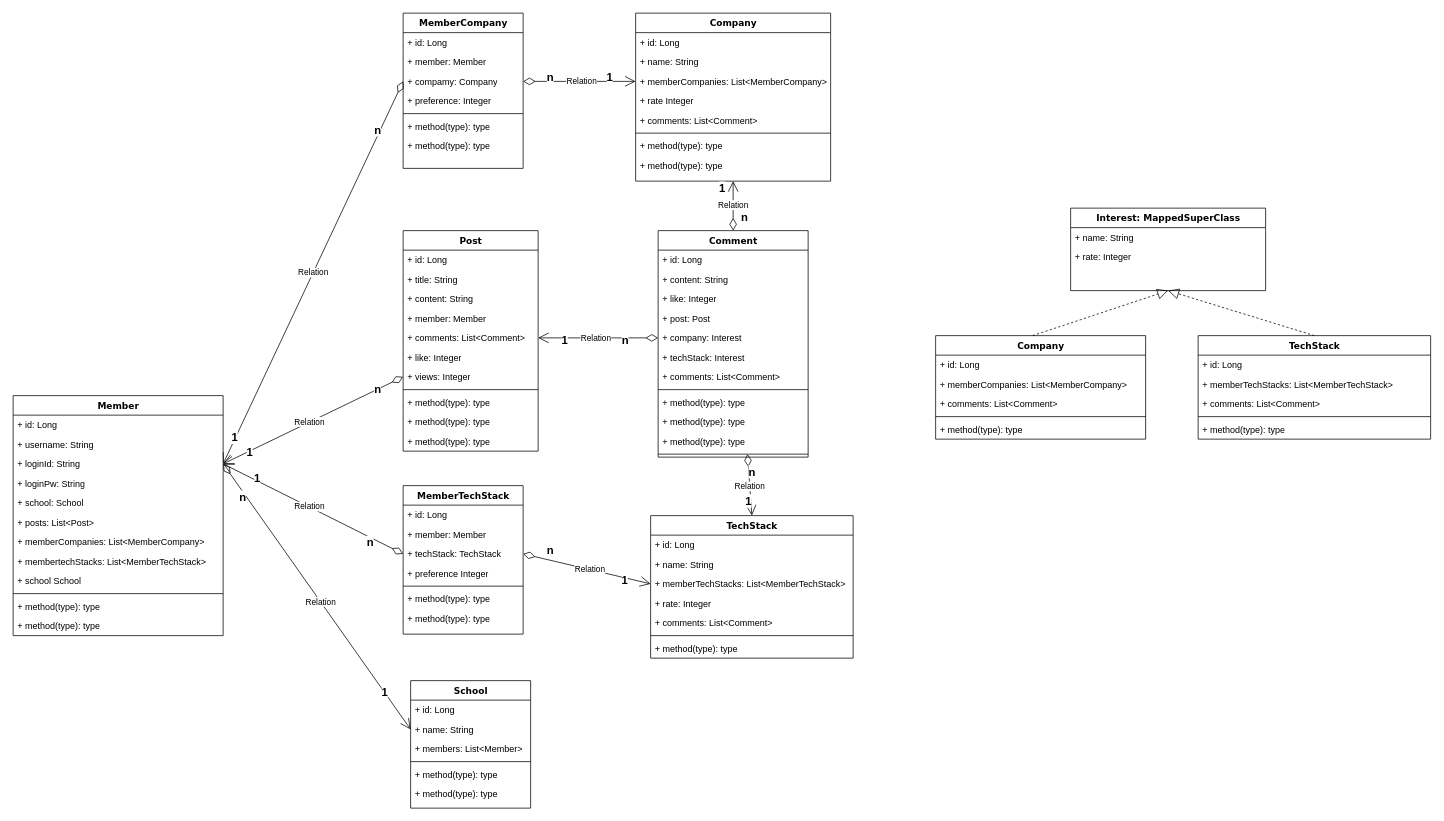
Above: src/main/resources/static/클래스 다이어그램.drawio in ChungComi/Server (draw.io), before the change. Source tidied: cells renumbered, new cells numbered last; positions are measured from the earlier drawing's top-left corner, leaving out a move shared by most shapes. Both pictures are drawn from the tidied source at 75%, with x=0, y=0 at pixel (13, 13).
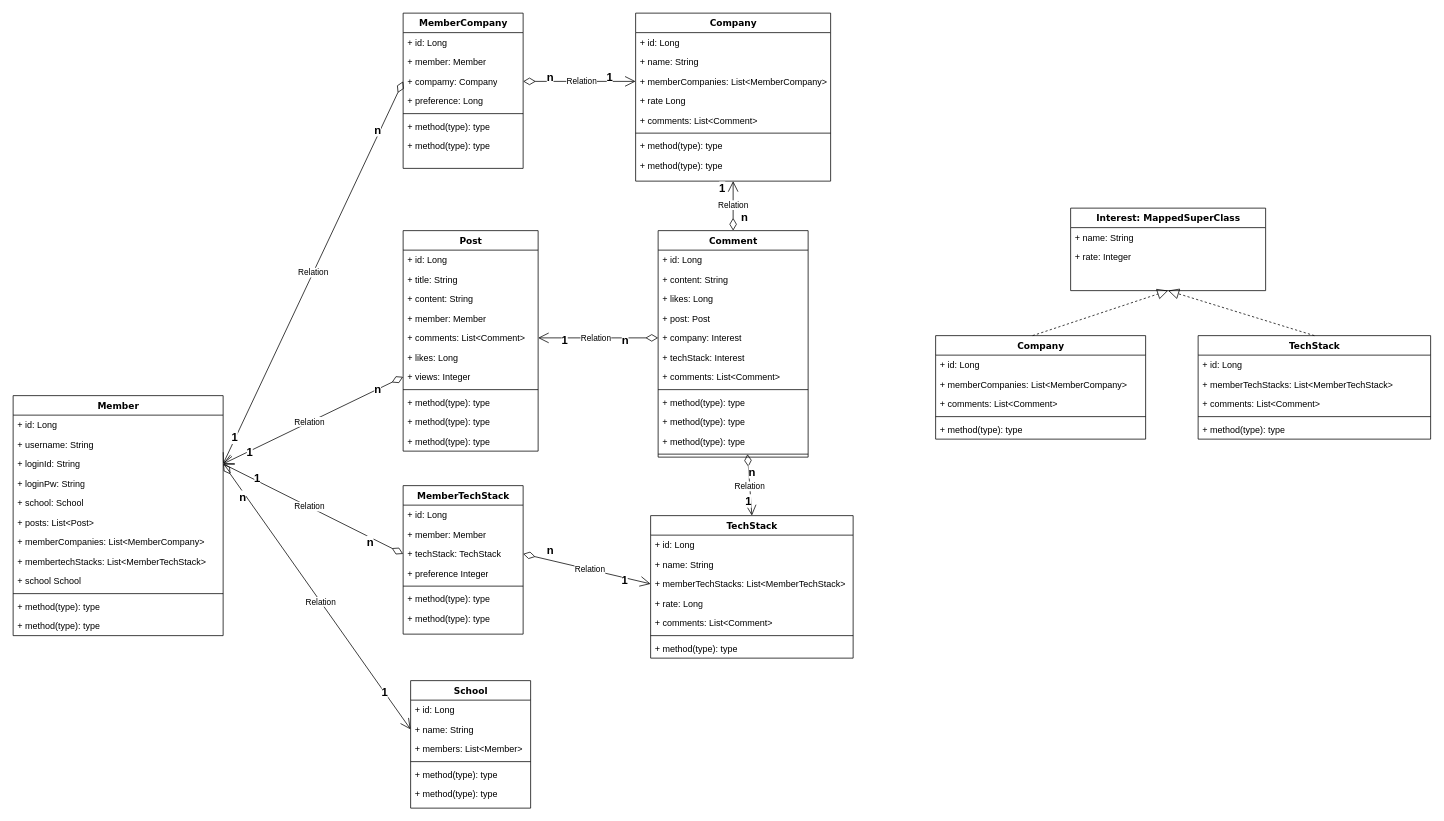
The same page after the edit.

Commit message (it also covers changes not shown here):
modify like variable to likes

Unchanged cells that the change refers to:
```xml
<mxCell id="15" value="MemberCompany" style="swimlane;html=1;fontStyle=1;align=center;verticalAlign=top;horizontal=1;startSize=26;swimlaneFillColor=#ffffff;rounded=0;shadow=0;comic=0;labelBackgroundColor=none;strokeWidth=1;fillColor=none;fontFamily=Verdana;fontSize=12;" parent="1" vertex="1">
  <mxGeometry x="520" width="160" height="207" as="geometry" />
</mxCell>
<mxCell id="23" value="Company&lt;div&gt;&lt;br&gt;&lt;/div&gt;" style="swimlane;html=1;fontStyle=1;align=center;verticalAlign=top;horizontal=1;startSize=26;swimlaneFillColor=#ffffff;rounded=0;shadow=0;comic=0;labelBackgroundColor=none;strokeWidth=1;fillColor=none;fontFamily=Verdana;fontSize=12;" parent="1" vertex="1">
  <mxGeometry x="830" width="260" height="224" as="geometry" />
</mxCell>
<mxCell id="32" value="Post" style="swimlane;html=1;fontStyle=1;align=center;verticalAlign=top;horizontal=1;startSize=26;swimlaneFillColor=#ffffff;rounded=0;shadow=0;comic=0;labelBackgroundColor=none;strokeWidth=1;fillColor=none;fontFamily=Verdana;fontSize=12;" parent="1" vertex="1">
  <mxGeometry x="520" y="290" width="180" height="294" as="geometry" />
</mxCell>
<mxCell id="44" value="Comment&lt;div&gt;&lt;br&gt;&lt;/div&gt;" style="swimlane;html=1;fontStyle=1;align=center;verticalAlign=top;horizontal=1;startSize=26;swimlaneFillColor=#ffffff;rounded=0;shadow=0;comic=0;labelBackgroundColor=none;strokeWidth=1;fillColor=none;fontFamily=Verdana;fontSize=12;" parent="1" vertex="1">
  <mxGeometry x="860" y="290" width="200" height="302" as="geometry" />
</mxCell>
<mxCell id="65" value="TechStack" style="swimlane;html=1;fontStyle=1;align=center;verticalAlign=top;horizontal=1;startSize=26;swimlaneFillColor=#ffffff;rounded=0;shadow=0;comic=0;labelBackgroundColor=none;strokeWidth=1;fillColor=none;fontFamily=Verdana;fontSize=12;" parent="1" vertex="1">
  <mxGeometry x="850" y="670" width="270" height="190" as="geometry" />
</mxCell>
```

What changed in the source:
```diff
@@
-    <mxCell id="19" value="+ preference: Integer" style="text;html=1;strokeColor=none;fillColor=none;align=left;verticalAlign=top;spacingLeft=4;spacingRight=4;whiteSpace=wrap;overflow=hidden;" parent="15" vertex="1">
+    <mxCell id="19" value="+ preference: Long" style="text;html=1;strokeColor=none;fillColor=none;align=left;verticalAlign=top;spacingLeft=4;spacingRight=4;whiteSpace=wrap;overflow=hidden;" parent="15" vertex="1">
       <mxGeometry y="104" width="160" height="26" as="geometry" />
     </mxCell>
@@
-    <mxCell id="27" value="+ rate Integer" style="text;html=1;strokeColor=none;fillColor=none;align=left;verticalAlign=top;spacingLeft=4;spacingRight=4;whiteSpace=wrap;overflow=hidden;" parent="23" vertex="1">
+    <mxCell id="27" value="+ rate Long" style="text;html=1;strokeColor=none;fillColor=none;align=left;verticalAlign=top;spacingLeft=4;spacingRight=4;whiteSpace=wrap;overflow=hidden;" parent="23" vertex="1">
       <mxGeometry y="104" width="260" height="26" as="geometry" />
     </mxCell>
@@
-    <mxCell id="38" value="+ like: Integer" style="text;html=1;strokeColor=none;fillColor=none;align=left;verticalAlign=top;spacingLeft=4;spacingRight=4;whiteSpace=wrap;overflow=hidden;" parent="32" vertex="1">
+    <mxCell id="38" value="+ likes: Long" style="text;html=1;strokeColor=none;fillColor=none;align=left;verticalAlign=top;spacingLeft=4;spacingRight=4;whiteSpace=wrap;overflow=hidden;" parent="32" vertex="1">
       <mxGeometry y="156" width="180" height="26" as="geometry" />
     </mxCell>
@@
-    <mxCell id="47" value="+ like: Integer" style="text;html=1;strokeColor=none;fillColor=none;align=left;verticalAlign=top;spacingLeft=4;spacingRight=4;whiteSpace=wrap;overflow=hidden;" parent="44" vertex="1">
+    <mxCell id="47" value="+ likes: Long" style="text;html=1;strokeColor=none;fillColor=none;align=left;verticalAlign=top;spacingLeft=4;spacingRight=4;whiteSpace=wrap;overflow=hidden;" parent="44" vertex="1">
       <mxGeometry y="78" width="200" height="26" as="geometry" />
     </mxCell>
@@
-    <mxCell id="69" value="+ rate: Integer" style="text;html=1;strokeColor=none;fillColor=none;align=left;verticalAlign=top;spacingLeft=4;spacingRight=4;whiteSpace=wrap;overflow=hidden;" parent="65" vertex="1">
+    <mxCell id="69" value="+ rate: Long" style="text;html=1;strokeColor=none;fillColor=none;align=left;verticalAlign=top;spacingLeft=4;spacingRight=4;whiteSpace=wrap;overflow=hidden;" parent="65" vertex="1">
       <mxGeometry y="104" width="270" height="26" as="geometry" />
     </mxCell>
```
